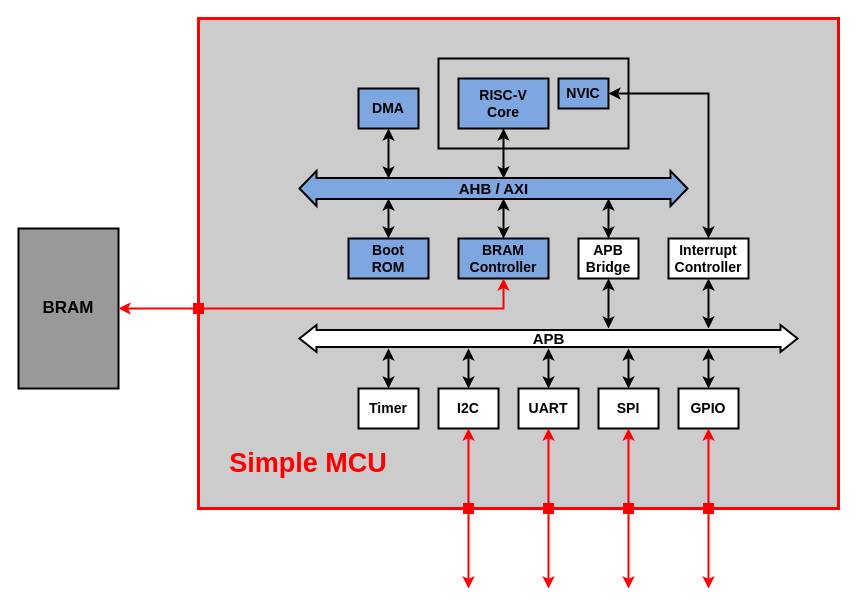
This is page "top" (1 of 2) of docs/block_diagram/spmcu.drawio from longnguyenxl/spmcu, a draw.io file, before an edit. Source tidied: cells renumbered, new cells numbered last; positions are measured from the earlier drawing's top-left corner, leaving out a move shared by most shapes. Both pictures are drawn from the tidied source at 100%, with x=0, y=0 at pixel (18, 18).
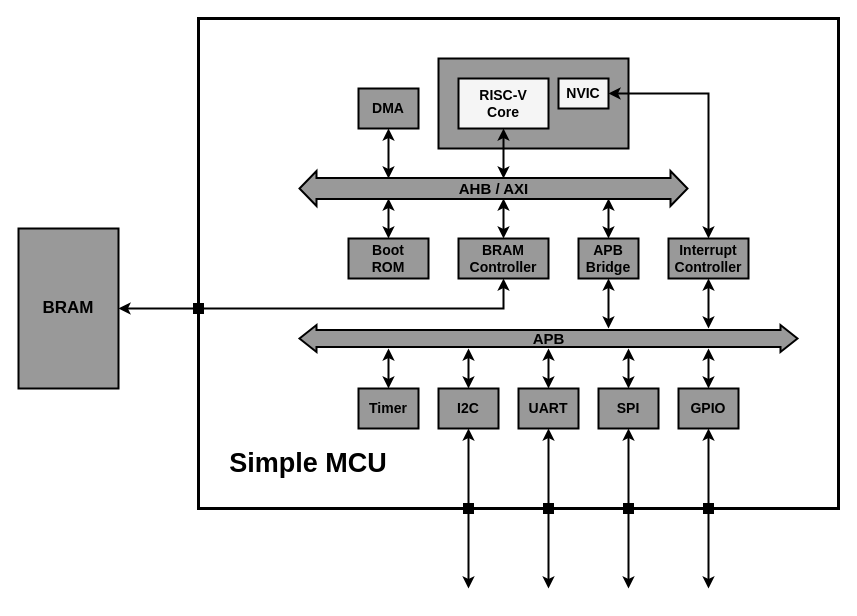
The same diagram, later.

Change to the diagram source:
```diff
@@
-    <mxCell id="2" style="rounded=0;whiteSpace=wrap;html=1;fillColor=#CCCCCC;strokeWidth=3;strokeColor=#FF0000;fontFamily=Helvetica;fillStyle=auto;shadow=0;fontSize=14;" parent="1" vertex="1">
+    <mxCell id="2" style="rounded=0;whiteSpace=wrap;html=1;strokeWidth=3;fontFamily=Helvetica;fillStyle=auto;shadow=0;fontSize=14;" parent="1" vertex="1">
       <mxGeometry x="180" width="640" height="490" as="geometry" />
     </mxCell>
-    <mxCell id="3" value="BRAM" style="rounded=0;whiteSpace=wrap;html=1;strokeWidth=2;fontSize=17;fontStyle=1;fillColor=#999999;fontFamily=Helvetica;" parent="1" vertex="1">
+    <mxCell id="3" value="BRAM" style="rounded=0;whiteSpace=wrap;html=1;strokeWidth=2;fontSize=17;fontStyle=1;fontFamily=Helvetica;fillColor=#999999;" parent="1" vertex="1">
       <mxGeometry y="210" width="100" height="160" as="geometry" />
     </mxCell>
-    <mxCell id="4" style="rounded=0;whiteSpace=wrap;html=1;fillColor=none;strokeWidth=2;fontFamily=Helvetica;fontSize=14;" parent="1" vertex="1">
+    <mxCell id="4" style="rounded=0;whiteSpace=wrap;html=1;strokeWidth=2;fontFamily=Helvetica;fontSize=14;fillColor=#999999;fontColor=#333333;strokeColor=default;" parent="1" vertex="1">
       <mxGeometry x="420" y="40" width="190" height="90" as="geometry" />
     </mxCell>
-    <mxCell id="5" value="AHB / AXI" style="shape=flexArrow;endArrow=classic;startArrow=classic;html=1;rounded=0;strokeWidth=2;width=20;startSize=5;fontStyle=1;fontSize=15;fillColor=#7EA6E0;fontColor=default;labelBackgroundColor=none;startWidth=12;endWidth=12;endSize=5;strokeColor=default;fontFamily=Helvetica;" parent="1" edge="1">
+    <mxCell id="5" value="AHB / AXI" style="shape=flexArrow;endArrow=classic;startArrow=classic;html=1;rounded=0;strokeWidth=2;width=20;startSize=5;fontStyle=1;fontSize=15;fontColor=default;labelBackgroundColor=none;startWidth=12;endWidth=12;endSize=5;fontFamily=Helvetica;fillColor=#999999;" parent="1" edge="1">
       <mxGeometry relative="1" as="geometry">
         <mxPoint x="280" y="170" as="sourcePoint" />
         <mxPoint x="670" y="170" as="targetPoint" />
       </mxGeometry>
     </mxCell>
-    <mxCell id="6" value="Boot&lt;div&gt;ROM&lt;/div&gt;" style="rounded=0;whiteSpace=wrap;html=1;strokeWidth=2;fontSize=14;fontStyle=1;fillColor=#7EA6E0;strokeColor=default;fontFamily=Helvetica;" parent="1" vertex="1">
+    <mxCell id="6" value="Boot&lt;div&gt;ROM&lt;/div&gt;" style="rounded=0;whiteSpace=wrap;html=1;strokeWidth=2;fontSize=14;fontStyle=1;fontFamily=Helvetica;fillColor=#999999;" parent="1" vertex="1">
       <mxGeometry x="330" y="220" width="80" height="40" as="geometry" />
     </mxCell>
-    <mxCell id="7" value="BRAM&lt;div&gt;Controller&lt;/div&gt;" style="rounded=0;whiteSpace=wrap;html=1;strokeWidth=2;fontSize=14;fontStyle=1;fillColor=#7EA6E0;strokeColor=default;fontFamily=Helvetica;" parent="1" vertex="1">
+    <mxCell id="7" value="BRAM&lt;div&gt;Controller&lt;/div&gt;" style="rounded=0;whiteSpace=wrap;html=1;strokeWidth=2;fontSize=14;fontStyle=1;fontFamily=Helvetica;fillColor=#999999;" parent="1" vertex="1">
       <mxGeometry x="440" y="220" width="90" height="40" as="geometry" />
     </mxCell>
@@
-    <mxCell id="10" value="APB&lt;div&gt;Bridge&lt;/div&gt;" style="rounded=0;whiteSpace=wrap;html=1;strokeWidth=2;fontSize=14;fontStyle=1;fontFamily=Helvetica;" parent="1" vertex="1">
+    <mxCell id="10" value="APB&lt;div&gt;Bridge&lt;/div&gt;" style="rounded=0;whiteSpace=wrap;html=1;strokeWidth=2;fontSize=14;fontStyle=1;fontFamily=Helvetica;fillColor=#999999;" parent="1" vertex="1">
       <mxGeometry x="560" y="220" width="60" height="40" as="geometry" />
     </mxCell>
-    <mxCell id="11" value="APB" style="shape=flexArrow;endArrow=classic;startArrow=classic;html=1;rounded=0;strokeWidth=2;width=16;startSize=5;fontStyle=1;fontSize=15;fontColor=default;labelBackgroundColor=none;endSize=5;endWidth=8;startWidth=8;fontFamily=Helvetica;fillColor=default;" parent="1" edge="1">
+    <mxCell id="11" value="APB" style="shape=flexArrow;endArrow=classic;startArrow=classic;html=1;rounded=0;strokeWidth=2;width=16;startSize=5;fontStyle=1;fontSize=15;fontColor=default;labelBackgroundColor=none;endSize=5;endWidth=8;startWidth=8;fontFamily=Helvetica;fillColor=#999999;" parent="1" edge="1">
       <mxGeometry relative="1" as="geometry">
         <mxPoint x="280" y="320" as="sourcePoint" />
         <mxPoint x="780" y="320" as="targetPoint" />
       </mxGeometry>
     </mxCell>
-    <mxCell id="12" value="GPIO" style="rounded=0;whiteSpace=wrap;html=1;strokeWidth=2;fontSize=14;fontStyle=1;fontFamily=Helvetica;" parent="1" vertex="1">
+    <mxCell id="12" value="GPIO" style="rounded=0;whiteSpace=wrap;html=1;strokeWidth=2;fontSize=14;fontStyle=1;fontFamily=Helvetica;fillColor=#999999;" parent="1" vertex="1">
       <mxGeometry x="660" y="370" width="60" height="40" as="geometry" />
     </mxCell>
-    <mxCell id="13" value="RISC-V&lt;div&gt;Core&lt;/div&gt;" style="rounded=0;whiteSpace=wrap;html=1;strokeWidth=2;fontSize=14;fontStyle=1;fillColor=#7EA6E0;glass=0;strokeColor=default;fontFamily=Helvetica;" parent="1" vertex="1">
+    <mxCell id="13" value="RISC-V&lt;div&gt;Core&lt;/div&gt;" style="rounded=0;whiteSpace=wrap;html=1;strokeWidth=2;fontSize=14;fontStyle=1;glass=0;fontFamily=Helvetica;fillColor=#f5f5f5;fontColor=default;strokeColor=default;" parent="1" vertex="1">
       <mxGeometry x="440" y="60" width="90" height="50" as="geometry" />
     </mxCell>
-    <mxCell id="14" value="DMA" style="rounded=0;whiteSpace=wrap;html=1;strokeWidth=2;fontSize=14;fontStyle=1;fillColor=#7EA6E0;strokeColor=default;fontFamily=Helvetica;" parent="1" vertex="1">
+    <mxCell id="14" value="DMA" style="rounded=0;whiteSpace=wrap;html=1;strokeWidth=2;fontSize=14;fontStyle=1;fontFamily=Helvetica;fillColor=#999999;" parent="1" vertex="1">
       <mxGeometry x="340" y="70" width="60" height="40" as="geometry" />
     </mxCell>
-    <mxCell id="15" value="NVIC" style="rounded=0;whiteSpace=wrap;html=1;strokeWidth=2;fontSize=14;fontStyle=1;fillColor=#7EA6E0;strokeColor=default;fontFamily=Helvetica;" parent="1" vertex="1">
+    <mxCell id="15" value="NVIC" style="rounded=0;whiteSpace=wrap;html=1;strokeWidth=2;fontSize=14;fontStyle=1;fontFamily=Helvetica;fillColor=#f5f5f5;fontColor=default;strokeColor=default;" parent="1" vertex="1">
       <mxGeometry x="540" y="60" width="50" height="30" as="geometry" />
     </mxCell>
@@
-    <mxCell id="18" value="UART" style="rounded=0;whiteSpace=wrap;html=1;strokeWidth=2;fontSize=14;fontStyle=1;fontFamily=Helvetica;" parent="1" vertex="1">
+    <mxCell id="18" value="UART" style="rounded=0;whiteSpace=wrap;html=1;strokeWidth=2;fontSize=14;fontStyle=1;fontFamily=Helvetica;fillColor=#999999;" parent="1" vertex="1">
       <mxGeometry x="500" y="370" width="60" height="40" as="geometry" />
     </mxCell>
-    <mxCell id="19" value="SPI" style="rounded=0;whiteSpace=wrap;html=1;strokeWidth=2;fontSize=14;fontStyle=1;fontFamily=Helvetica;" parent="1" vertex="1">
+    <mxCell id="19" value="SPI" style="rounded=0;whiteSpace=wrap;html=1;strokeWidth=2;fontSize=14;fontStyle=1;fontFamily=Helvetica;fillColor=#999999;" parent="1" vertex="1">
       <mxGeometry x="580" y="370" width="60" height="40" as="geometry" />
     </mxCell>
@@
-    <mxCell id="23" value="Timer" style="rounded=0;whiteSpace=wrap;html=1;strokeWidth=2;fontSize=14;fontStyle=1;fontFamily=Helvetica;" parent="1" vertex="1">
+    <mxCell id="23" value="Timer" style="rounded=0;whiteSpace=wrap;html=1;strokeWidth=2;fontSize=14;fontStyle=1;fontFamily=Helvetica;fillColor=#999999;" parent="1" vertex="1">
       <mxGeometry x="340" y="370" width="60" height="40" as="geometry" />
     </mxCell>
-    <mxCell id="24" value="Interrupt&lt;div&gt;Controller&lt;/div&gt;" style="rounded=0;whiteSpace=wrap;html=1;strokeWidth=2;fontSize=14;fontStyle=1;fontFamily=Helvetica;" parent="1" vertex="1">
+    <mxCell id="24" value="Interrupt&lt;div&gt;Controller&lt;/div&gt;" style="rounded=0;whiteSpace=wrap;html=1;strokeWidth=2;fontSize=14;fontStyle=1;fontFamily=Helvetica;fillColor=#999999;" parent="1" vertex="1">
       <mxGeometry x="650" y="220" width="80" height="40" as="geometry" />
     </mxCell>
@@
-    <mxCell id="27" value="I2C" style="rounded=0;whiteSpace=wrap;html=1;strokeWidth=2;fontSize=14;fontStyle=1;fontFamily=Helvetica;" parent="1" vertex="1">
+    <mxCell id="27" value="I2C" style="rounded=0;whiteSpace=wrap;html=1;strokeWidth=2;fontSize=14;fontStyle=1;fontFamily=Helvetica;fillColor=#999999;" parent="1" vertex="1">
       <mxGeometry x="420" y="370" width="60" height="40" as="geometry" />
     </mxCell>
@@
-    <mxCell id="29" value="Simple MCU" style="text;html=1;whiteSpace=wrap;strokeColor=none;fillColor=none;align=center;verticalAlign=middle;rounded=0;fontStyle=1;fontSize=27;fontColor=#FF0000;fontFamily=Helvetica;" parent="1" vertex="1">
+    <mxCell id="29" value="Simple MCU" style="text;html=1;whiteSpace=wrap;align=center;verticalAlign=middle;rounded=0;fontStyle=1;fontSize=27;fontFamily=Helvetica;" parent="1" vertex="1">
       <mxGeometry x="210" y="430" width="160" height="30" as="geometry" />
     </mxCell>
-    <mxCell id="30" style="endArrow=classic;startArrow=classic;html=1;entryX=0.5;entryY=1;entryDx=0;entryDy=0;rounded=0;curved=0;fontFamily=Helvetica;strokeWidth=2;strokeColor=#FF0000;fontSize=14;" parent="1" edge="1" source="3" target="7">
+    <mxCell id="30" style="endArrow=classic;startArrow=classic;html=1;entryX=0.5;entryY=1;entryDx=0;entryDy=0;rounded=0;curved=0;fontFamily=Helvetica;strokeWidth=2;fontSize=14;" parent="1" edge="1" source="3" target="7">
       <mxGeometry relative="1" as="geometry">
         <Array as="points">
           <mxPoint x="485" y="290" />
         </Array>
       </mxGeometry>
     </mxCell>
-    <mxCell id="31" style="endArrow=classic;startArrow=classic;html=1;rounded=0;fontFamily=Helvetica;strokeWidth=2;strokeColor=#FF0000;exitX=0.5;exitY=1;exitDx=0;exitDy=0;fontSize=14;" parent="1" edge="1" source="12">
+    <mxCell id="31" style="endArrow=classic;startArrow=classic;html=1;rounded=0;fontFamily=Helvetica;strokeWidth=2;exitX=0.5;exitY=1;exitDx=0;exitDy=0;fontSize=14;" parent="1" edge="1" source="12">
       <mxGeometry relative="1" as="geometry">
         <mxPoint x="690" y="570" as="targetPoint" />
       </mxGeometry>
     </mxCell>
-    <mxCell id="32" style="endArrow=classic;startArrow=classic;html=1;rounded=0;fontFamily=Helvetica;strokeWidth=2;strokeColor=#FF0000;exitX=0.5;exitY=1;exitDx=0;exitDy=0;fontSize=14;" parent="1" edge="1" source="18">
+    <mxCell id="32" style="endArrow=classic;startArrow=classic;html=1;rounded=0;fontFamily=Helvetica;strokeWidth=2;exitX=0.5;exitY=1;exitDx=0;exitDy=0;fontSize=14;" parent="1" edge="1" source="18">
       <mxGeometry relative="1" as="geometry">
         <mxPoint x="530" y="570" as="targetPoint" />
       </mxGeometry>
     </mxCell>
-    <mxCell id="33" style="endArrow=classic;startArrow=classic;html=1;rounded=0;fontFamily=Helvetica;strokeWidth=2;strokeColor=#FF0000;exitX=0.5;exitY=1;exitDx=0;exitDy=0;fontSize=14;" parent="1" edge="1" source="19">
+    <mxCell id="33" style="endArrow=classic;startArrow=classic;html=1;rounded=0;fontFamily=Helvetica;strokeWidth=2;exitX=0.5;exitY=1;exitDx=0;exitDy=0;fontSize=14;" parent="1" edge="1" source="19">
       <mxGeometry relative="1" as="geometry">
         <mxPoint x="610" y="570" as="targetPoint" />
       </mxGeometry>
     </mxCell>
-    <mxCell id="34" style="endArrow=classic;startArrow=classic;html=1;rounded=0;fontFamily=Helvetica;strokeWidth=2;strokeColor=#FF0000;exitX=0.5;exitY=1;exitDx=0;exitDy=0;fontSize=14;" parent="1" edge="1" source="27">
+    <mxCell id="34" style="endArrow=classic;startArrow=classic;html=1;rounded=0;fontFamily=Helvetica;strokeWidth=2;exitX=0.5;exitY=1;exitDx=0;exitDy=0;fontSize=14;" parent="1" edge="1" source="27">
       <mxGeometry relative="1" as="geometry">
         <mxPoint x="450" y="570" as="targetPoint" />
       </mxGeometry>
     </mxCell>
-    <mxCell id="35" style="rounded=0;whiteSpace=wrap;html=1;fillColor=#FF0000;strokeColor=#FF0000;fontFamily=Helvetica;fontSize=14;" parent="1" vertex="1">
+    <mxCell id="35" style="rounded=0;whiteSpace=wrap;html=1;fontFamily=Helvetica;fontSize=14;fillColor=#000000;" parent="1" vertex="1">
       <mxGeometry x="445" y="485" width="10" height="10" as="geometry" />
     </mxCell>
-    <mxCell id="36" style="rounded=0;whiteSpace=wrap;html=1;fillColor=#FF0000;strokeColor=#FF0000;fontFamily=Helvetica;fontSize=14;" parent="1" vertex="1">
+    <mxCell id="36" style="rounded=0;whiteSpace=wrap;html=1;fontFamily=Helvetica;fontSize=14;fillColor=#000000;" parent="1" vertex="1">
       <mxGeometry x="525" y="485" width="10" height="10" as="geometry" />
     </mxCell>
-    <mxCell id="37" style="rounded=0;whiteSpace=wrap;html=1;fillColor=#FF0000;strokeColor=#FF0000;fontFamily=Helvetica;fontSize=14;" parent="1" vertex="1">
+    <mxCell id="37" style="rounded=0;whiteSpace=wrap;html=1;fontFamily=Helvetica;fontSize=14;fillColor=#000000;" parent="1" vertex="1">
       <mxGeometry x="605" y="485" width="10" height="10" as="geometry" />
     </mxCell>
-    <mxCell id="38" style="rounded=0;whiteSpace=wrap;html=1;fillColor=#FF0000;strokeColor=#FF0000;fontFamily=Helvetica;fontSize=14;" parent="1" vertex="1">
+    <mxCell id="38" style="rounded=0;whiteSpace=wrap;html=1;fontFamily=Helvetica;fontSize=14;fillColor=#000000;" parent="1" vertex="1">
       <mxGeometry x="685" y="485" width="10" height="10" as="geometry" />
     </mxCell>
-    <mxCell id="39" style="rounded=0;whiteSpace=wrap;html=1;fillColor=#FF0000;strokeColor=#FF0000;fontFamily=Helvetica;fontSize=14;" parent="1" vertex="1">
+    <mxCell id="39" style="rounded=0;whiteSpace=wrap;html=1;fontFamily=Helvetica;fontSize=14;fillColor=#000000;" parent="1" vertex="1">
       <mxGeometry x="175" y="285" width="10" height="10" as="geometry" />
     </mxCell>
```
